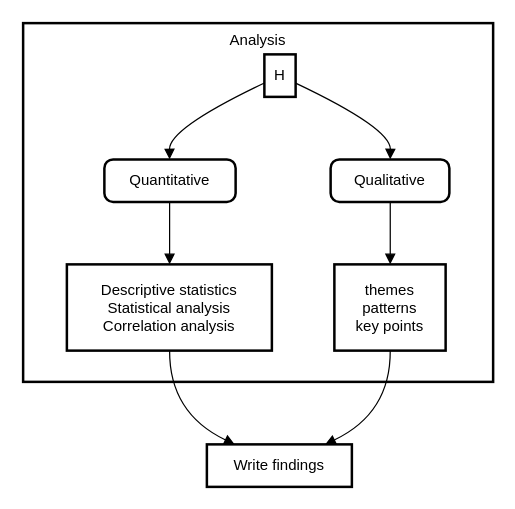
This is drawio/mams/dd-twins/partial_methodology.drawio from scrodrig/Diagrams, a draw.io file, before an edit. Source tidied: cells renumbered, new cells numbered last; positions are measured from the earlier drawing's top-left corner, leaving out a move shared by most shapes. Both pictures are drawn from the tidied source at 125%, with x=0, y=0 at pixel (22, 22).
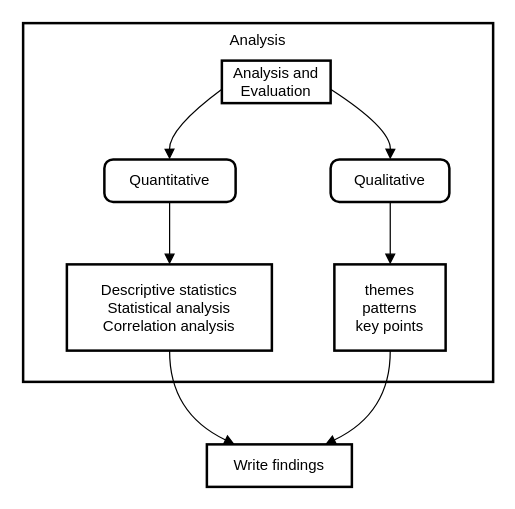
The same page after the edit.

Diff of the diagram source:
```diff
@@
-    <mxCell id="4" value="H" style="whiteSpace=wrap;strokeWidth=2;" parent="1" vertex="1">
-      <mxGeometry x="193" y="25" width="25" height="34" as="geometry" />
+    <mxCell id="4" value="Analysis and Evaluation" style="whiteSpace=wrap;strokeWidth=2;" parent="1" vertex="1">
+      <mxGeometry x="159" y="30" width="87" height="34" as="geometry" />
     </mxCell>
```
